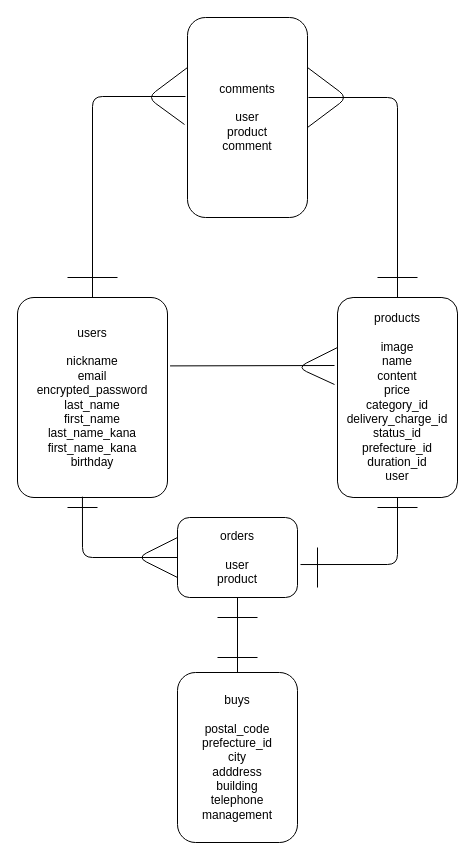
This is furima.drawio from konoha1230/furima-32358, a draw.io file, before an edit. Source tidied: cells renumbered, new cells numbered last; positions are measured from the earlier drawing's top-left corner, leaving out a move shared by most shapes. Both pictures are drawn from the tidied source at 100%, with x=0, y=0 at pixel (17, 17).
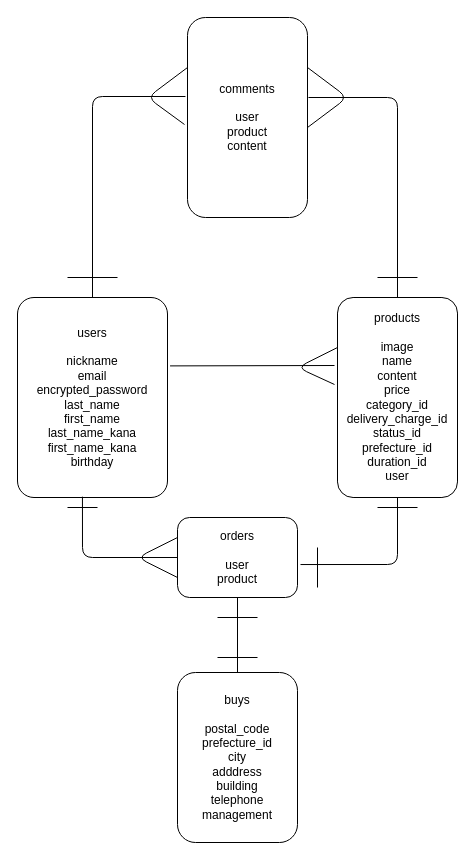
The same page after the edit.

Change to the diagram source:
```diff
@@
-    <mxCell id="20" value="comments&lt;br&gt;&lt;br&gt;user&lt;br&gt;product&lt;br&gt;comment" style="rounded=1;whiteSpace=wrap;html=1;" parent="1" vertex="1">
+    <mxCell id="20" value="comments&lt;br&gt;&lt;br&gt;user&lt;br&gt;product&lt;br&gt;content" style="rounded=1;whiteSpace=wrap;html=1;" parent="1" vertex="1">
       <mxGeometry x="170" width="120" height="200" as="geometry" />
     </mxCell>
```
